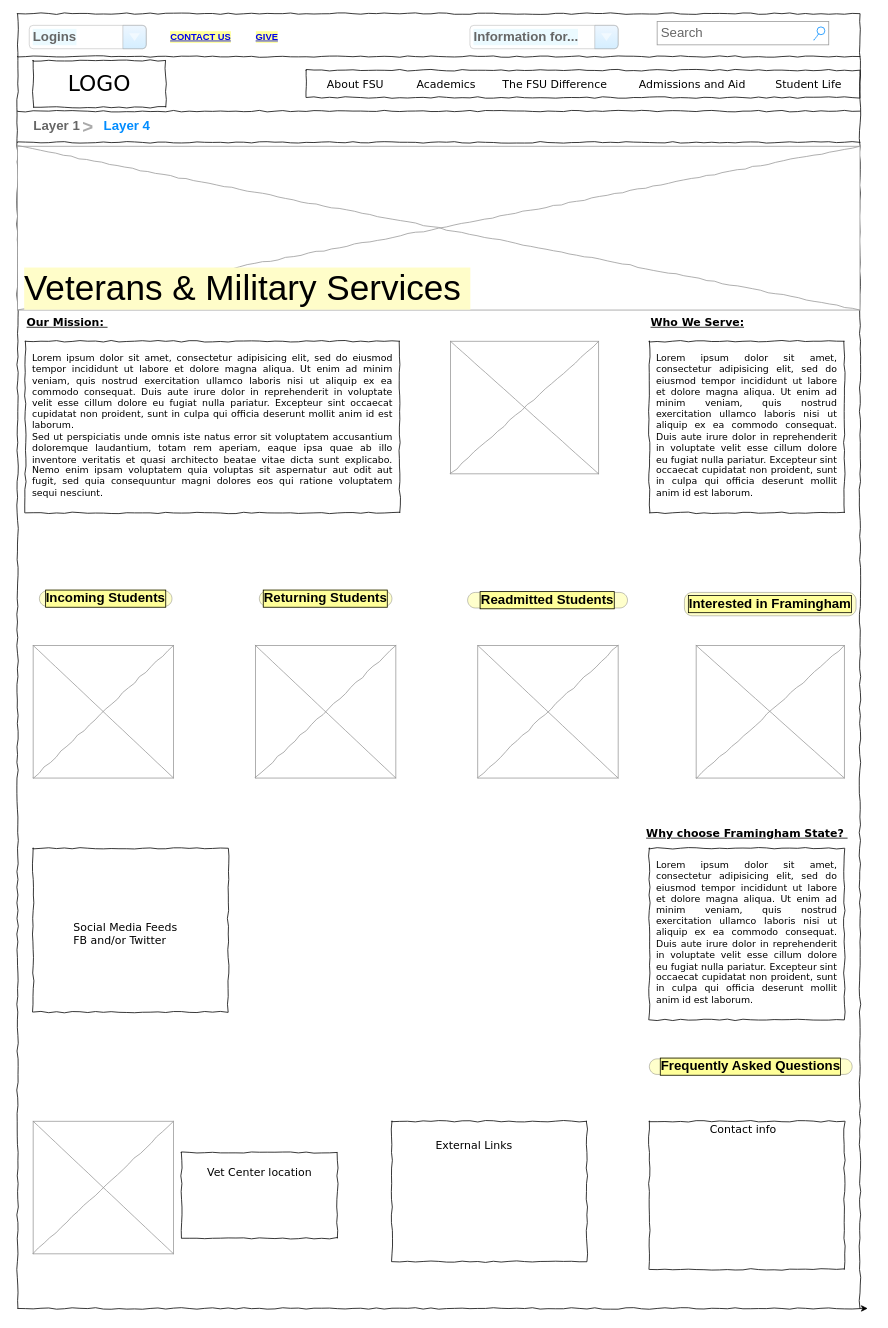
Above: page "Landing page" (1 of 6) of Final_Project-VetsInTech.drawio in Riverdancer2569/vetsintech (draw.io), before the change. Source tidied: cells renumbered, new cells numbered last; positions are measured from the earlier drawing's top-left corner, leaving out a move shared by most shapes. Both pictures are drawn from the tidied source at 78%, with x=0, y=0 at pixel (13, 13).
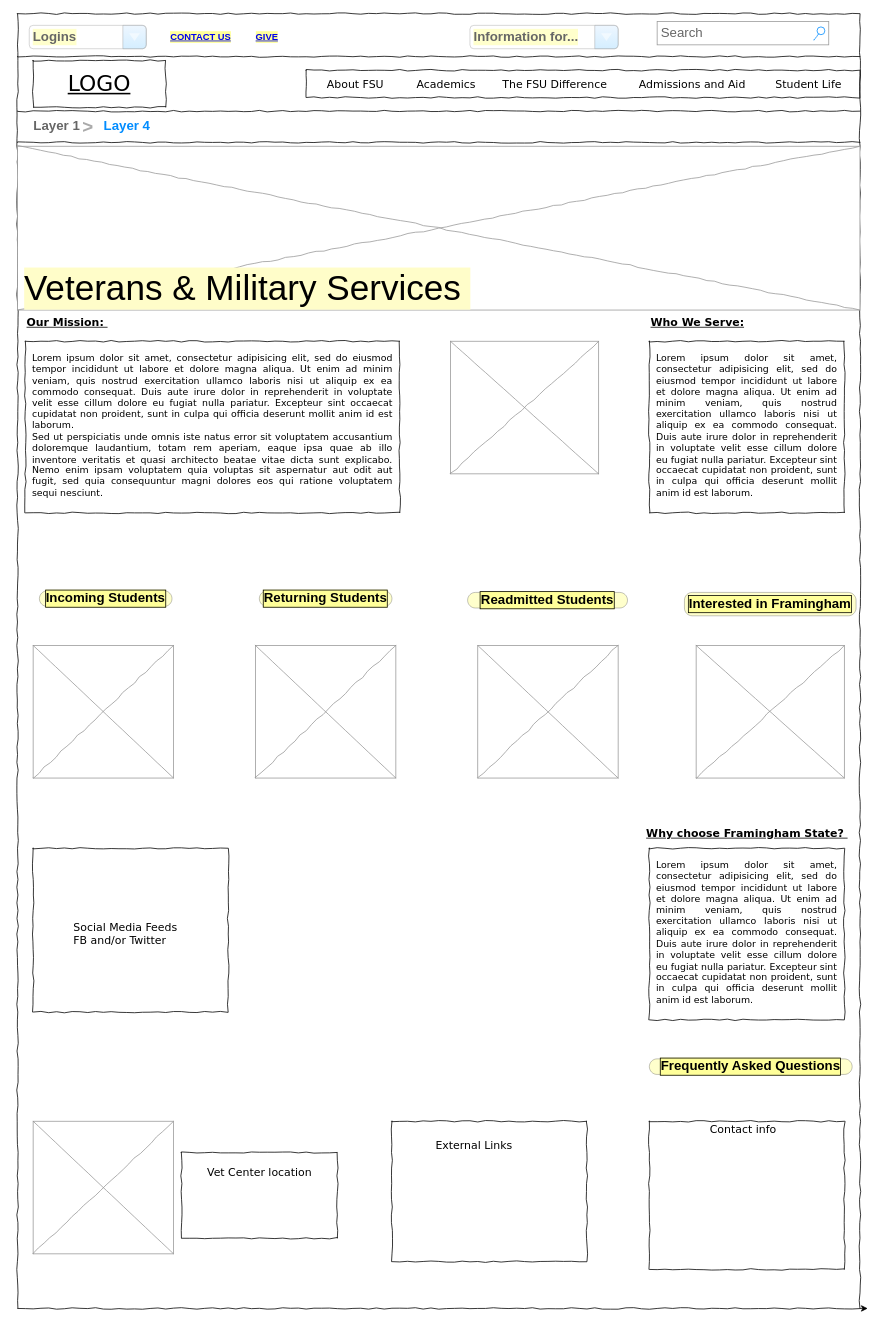
Above is the later version.

Change to the diagram source:
```diff
@@
-    <mxCell id="4" value="LOGO" style="whiteSpace=wrap;html=1;rounded=0;shadow=0;labelBackgroundColor=none;strokeWidth=1;fontFamily=Verdana;fontSize=28;align=center;comic=1;" parent="1" vertex="1">
+    <mxCell id="4" value="&lt;u&gt;LOGO&lt;/u&gt;" style="whiteSpace=wrap;html=1;rounded=0;shadow=0;labelBackgroundColor=none;strokeWidth=1;fontFamily=Verdana;fontSize=28;align=center;comic=1;" parent="1" vertex="1">
       <mxGeometry x="25" y="60" width="170" height="60" as="geometry" />
     </mxCell>
@@
-    <mxCell id="39" value="&lt;b&gt;Logins&lt;/b&gt;" style="strokeWidth=1;shadow=0;dashed=0;align=center;html=1;shape=mxgraph.mockup.forms.comboBox;strokeColor=#999999;fillColor=#ddeeff;align=left;fillColor2=#aaddff;mainText=;fontColor=#666666;fontSize=17;spacingLeft=3;labelBackgroundColor=#EBFAFF;opacity=50;" parent="1" vertex="1">
+    <mxCell id="39" value="&lt;b&gt;Logins&lt;/b&gt;" style="strokeWidth=1;shadow=0;dashed=0;align=center;html=1;shape=mxgraph.mockup.forms.comboBox;strokeColor=#999999;fillColor=#ddeeff;align=left;fillColor2=#aaddff;mainText=;fontColor=#666666;fontSize=17;spacingLeft=3;labelBackgroundColor=#FFFFCC;opacity=50;" parent="1" vertex="1">
       <mxGeometry x="20" y="15" width="150" height="30" as="geometry" />
     </mxCell>
@@
-    <mxCell id="47" value="&lt;b&gt;Information for...&lt;/b&gt;" style="strokeWidth=1;shadow=0;dashed=0;align=center;html=1;shape=mxgraph.mockup.forms.comboBox;strokeColor=#999999;fillColor=#ddeeff;align=left;fillColor2=#aaddff;mainText=;fontColor=#666666;fontSize=17;spacingLeft=3;labelBackgroundColor=#EBFAFF;opacity=50;" parent="1" vertex="1">
+    <mxCell id="47" value="&lt;b&gt;Information for...&lt;/b&gt;" style="strokeWidth=1;shadow=0;dashed=0;align=center;html=1;shape=mxgraph.mockup.forms.comboBox;strokeColor=#999999;fillColor=#ddeeff;align=left;fillColor2=#aaddff;mainText=;fontColor=#666666;fontSize=17;spacingLeft=3;labelBackgroundColor=#FFFFCC;opacity=50;" parent="1" vertex="1">
       <mxGeometry x="585" y="15" width="190" height="30" as="geometry" />
     </mxCell>
```
